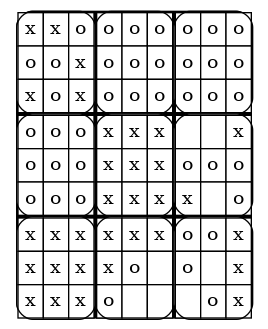
JetMagpie/FilRouge_Super_Morpion keeps this Graphviz diagram as output.png. Above is the earlier version. Its source is kept beside it as output.dot.
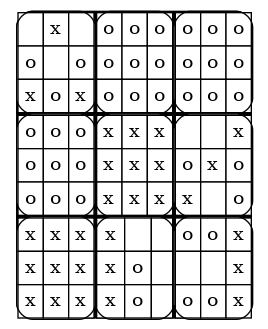
The same file after the commit.

Change to the diagram source:
```diff
@@ -5,14 +5,14 @@
     <TR>
       <TD><TABLE border="1" cellspacing="0" cellpadding="4" style="rounded" bgcolor="white">
   <TR>
+<TD bgcolor="white"> </TD>
 <TD bgcolor="white">x</TD>
-<TD bgcolor="white">x</TD>
-<TD bgcolor="white">o</TD>
+<TD bgcolor="white"> </TD>
   </TR>
   <TR>
 <TD bgcolor="white">o</TD>
+<TD bgcolor="white"> </TD>
 <TD bgcolor="white">o</TD>
-<TD bgcolor="white">x</TD>
   </TR>
   <TR>
 <TD bgcolor="white">x</TD>
@@ -103,7 +103,7 @@
   </TR>
   <TR>
 <TD bgcolor="white">o</TD>
-<TD bgcolor="white">o</TD>
+<TD bgcolor="white">x</TD>
 <TD bgcolor="white">o</TD>
   </TR>
   <TR>
@@ -136,8 +136,8 @@
       <TD><TABLE border="1" cellspacing="0" cellpadding="4" style="rounded" bgcolor="white">
   <TR>
 <TD bgcolor="white">x</TD>
-<TD bgcolor="white">x</TD>
-<TD bgcolor="white">x</TD>
+<TD bgcolor="white"> </TD>
+<TD bgcolor="white"> </TD>
   </TR>
   <TR>
 <TD bgcolor="white">x</TD>
@@ -145,8 +145,8 @@
 <TD bgcolor="white"> </TD>
   </TR>
   <TR>
+<TD bgcolor="white">x</TD>
 <TD bgcolor="white">o</TD>
-<TD bgcolor="white"> </TD>
 <TD bgcolor="white"> </TD>
   </TR>
 </TABLE>
@@ -158,12 +158,12 @@
 <TD bgcolor="white">x</TD>
   </TR>
   <TR>
-<TD bgcolor="white">o</TD>
+<TD bgcolor="white"> </TD>
 <TD bgcolor="white"> </TD>
 <TD bgcolor="white">x</TD>
   </TR>
   <TR>
-<TD bgcolor="white"> </TD>
+<TD bgcolor="white">o</TD>
 <TD bgcolor="white">o</TD>
 <TD bgcolor="white">x</TD>
   </TR>
```
